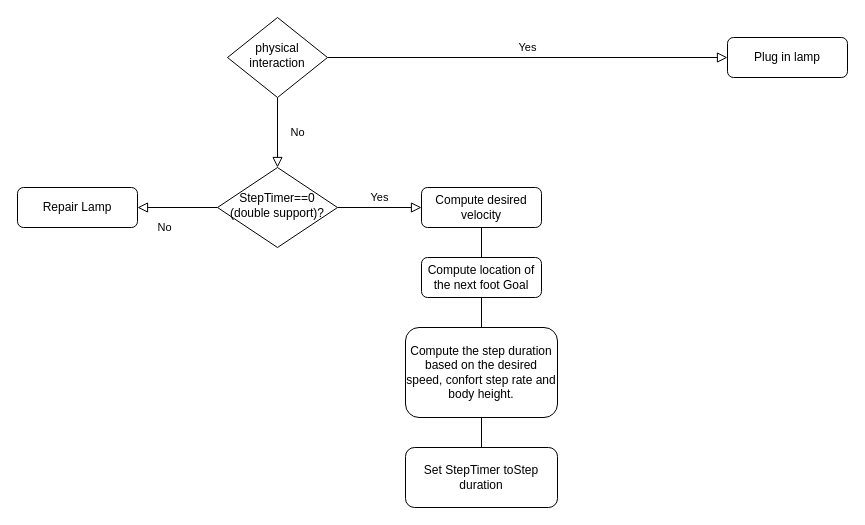
This is Flowchart_gait_humanoid_model.drawio from ThoChat/jupedsim_test_sandbox, a draw.io file, before an edit. Source tidied: cells renumbered, new cells numbered last; positions are measured from the earlier drawing's top-left corner, leaving out a move shared by most shapes. Both pictures are drawn from the tidied source at 100%, with x=0, y=0 at pixel (17, 17).
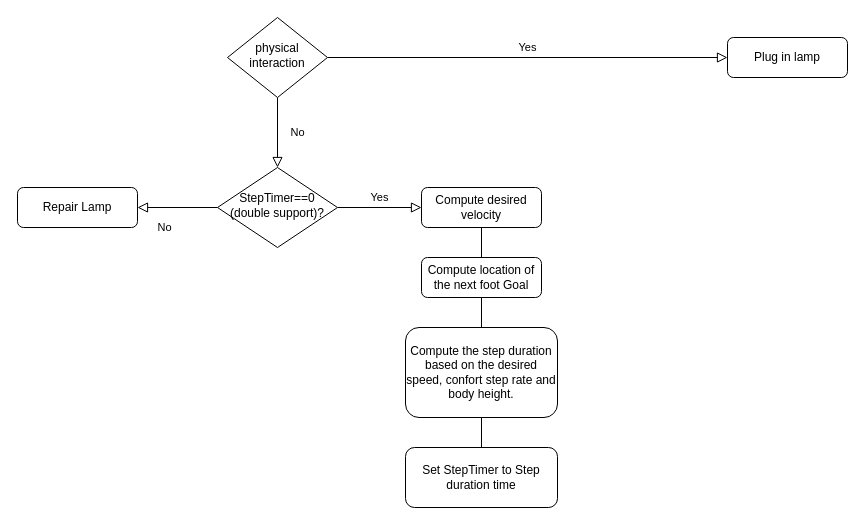
The same diagram, later.

Change to the diagram source:
```diff
@@
 <mxGraphModel>
   <root>
     <mxCell id="0" />
     <mxCell id="1" parent="0" />
     <mxCell id="2" value="No" style="rounded=0;html=1;jettySize=auto;fontSize=11;endArrow=block;endFill=0;endSize=8;strokeWidth=1;shadow=0;labelBackgroundColor=none;edgeStyle=orthogonalEdgeStyle;" parent="1" edge="1" source="4" target="8">
       <mxGeometry y="20" relative="1" as="geometry" />
     </mxCell>
     <mxCell id="3" value="Yes" style="edgeStyle=orthogonalEdgeStyle;rounded=0;html=1;jettySize=auto;fontSize=11;endArrow=block;endFill=0;endSize=8;strokeWidth=1;shadow=0;labelBackgroundColor=none;" parent="1" edge="1" source="4" target="5">
       <mxGeometry y="10" relative="1" as="geometry" />
     </mxCell>
     <mxCell id="4" value="physical interaction " style="rhombus;whiteSpace=wrap;html=1;shadow=0;fontFamily=Helvetica;fontSize=12;align=center;strokeWidth=1;spacing=6;spacingTop=-4;" parent="1" vertex="1">
       <mxGeometry x="210" width="100" height="80" as="geometry" />
     </mxCell>
     <mxCell id="5" value="Plug in lamp" style="rounded=1;whiteSpace=wrap;html=1;fontSize=12;glass=0;strokeWidth=1;shadow=0;" parent="1" vertex="1">
       <mxGeometry x="710" y="20" width="120" height="40" as="geometry" />
     </mxCell>
     <mxCell id="6" value="No" style="rounded=0;html=1;jettySize=auto;fontSize=11;endArrow=block;endFill=0;endSize=8;strokeWidth=1;shadow=0;labelBackgroundColor=none;edgeStyle=orthogonalEdgeStyle;" parent="1" edge="1" source="8" target="9">
       <mxGeometry x="0.33" y="20" relative="1" as="geometry" />
     </mxCell>
     <mxCell id="7" value="Yes" style="edgeStyle=orthogonalEdgeStyle;rounded=0;html=1;jettySize=auto;fontSize=11;endArrow=block;endFill=0;endSize=8;strokeWidth=1;shadow=0;labelBackgroundColor=none;" parent="1" edge="1" source="8" target="10">
       <mxGeometry y="10" relative="1" as="geometry" />
     </mxCell>
     <mxCell id="8" value="StepTimer==0 (double support)?" style="rhombus;whiteSpace=wrap;html=1;shadow=0;fontFamily=Helvetica;fontSize=12;align=center;strokeWidth=1;spacing=6;spacingTop=-4;" parent="1" vertex="1">
       <mxGeometry x="200" y="150" width="120" height="80" as="geometry" />
     </mxCell>
     <mxCell id="9" value="Repair Lamp" style="rounded=1;whiteSpace=wrap;html=1;fontSize=12;glass=0;strokeWidth=1;shadow=0;" parent="1" vertex="1">
       <mxGeometry y="170" width="120" height="40" as="geometry" />
     </mxCell>
     <mxCell id="10" value="&lt;div&gt;Compute desired velocity&lt;br&gt;&lt;/div&gt;" style="rounded=1;whiteSpace=wrap;html=1;fontSize=12;glass=0;strokeWidth=1;shadow=0;" parent="1" vertex="1">
       <mxGeometry x="404" y="170" width="120" height="40" as="geometry" />
     </mxCell>
     <mxCell id="11" value="&lt;div&gt;Compute the step duration based on the desired speed, confort step rate and body height.&lt;/div&gt;" style="rounded=1;whiteSpace=wrap;html=1;fontSize=12;glass=0;strokeWidth=1;shadow=0;" parent="1" vertex="1">
       <mxGeometry x="388" y="310" width="152" height="90" as="geometry" />
     </mxCell>
     <mxCell id="12" value="Compute location of the next foot Goal" style="rounded=1;whiteSpace=wrap;html=1;fontSize=12;glass=0;strokeWidth=1;shadow=0;" parent="1" vertex="1">
       <mxGeometry x="404" y="240" width="120" height="40" as="geometry" />
     </mxCell>
-    <mxCell id="13" value="Set StepTimer toStep duration" style="rounded=1;whiteSpace=wrap;html=1;fontSize=12;glass=0;strokeWidth=1;shadow=0;" parent="1" vertex="1">
+    <mxCell id="13" value="Set StepTimer to Step duration time" style="rounded=1;whiteSpace=wrap;html=1;fontSize=12;glass=0;strokeWidth=1;shadow=0;" parent="1" vertex="1">
       <mxGeometry x="388" y="430" width="152" height="60" as="geometry" />
     </mxCell>
     <mxCell id="14" style="endArrow=none;html=1;rounded=0;entryX=0.5;entryY=1;entryDx=0;entryDy=0;exitX=0.5;exitY=0;exitDx=0;exitDy=0;" parent="1" edge="1" source="12" target="10">
       <mxGeometry relative="1" as="geometry" />
     </mxCell>
     <mxCell id="15" style="endArrow=none;html=1;rounded=0;entryX=0.5;entryY=1;entryDx=0;entryDy=0;exitX=0.5;exitY=0;exitDx=0;exitDy=0;" parent="1" edge="1" source="11" target="12">
       <mxGeometry relative="1" as="geometry" />
     </mxCell>
     <mxCell id="16" style="endArrow=none;html=1;rounded=0;entryX=0.5;entryY=1;entryDx=0;entryDy=0;exitX=0.5;exitY=0;exitDx=0;exitDy=0;" parent="1" edge="1" source="13" target="11">
       <mxGeometry relative="1" as="geometry" />
     </mxCell>
   </root>
 </mxGraphModel>
```
